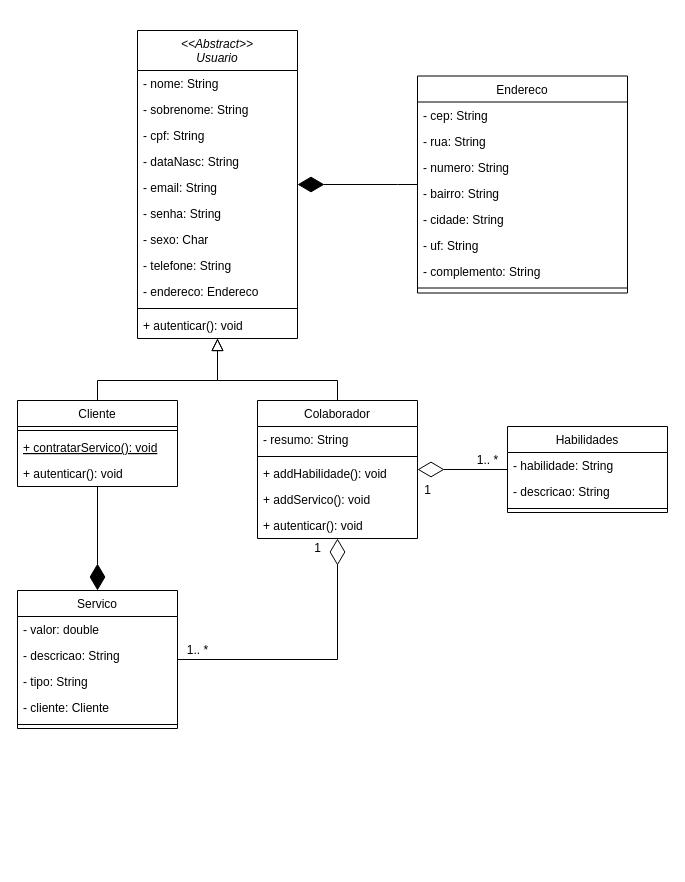
This is docs/class diagram iara.drawio from j9remy/Iara-grupo-5, a draw.io file, before an edit. Source tidied: cells renumbered, new cells numbered last; positions are measured from the earlier drawing's top-left corner, leaving out a move shared by most shapes. Both pictures are drawn from the tidied source at 100%, with x=0, y=0 at pixel (17, 30).
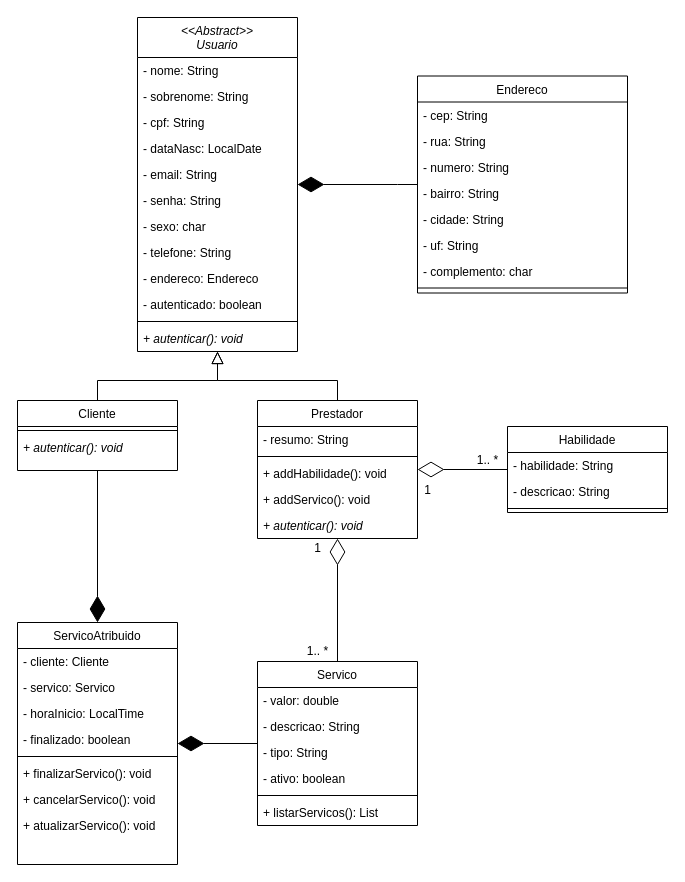
The same diagram, later.

Commit message:
atualização diagrama de classes

The change refers to these unchanged cells:
```xml
<mxCell id="26" value="Endereco" style="swimlane;fontStyle=0;align=center;verticalAlign=top;horizontal=1;startSize=26;rounded=0;shadow=0;strokeWidth=1;" parent="1" vertex="1">
  <mxGeometry x="400" y="45.5" width="210" height="217" as="geometry" />
</mxCell>
```

Diff of the diagram source:
```diff
@@
     <mxCell id="2" value="&lt;&lt;Abstract&gt;&gt;&#10;Usuario" style="swimlane;fontStyle=2;align=center;verticalAlign=top;horizontal=1;startSize=40;rounded=0;shadow=0;strokeWidth=1;" parent="1" vertex="1">
-      <mxGeometry x="120" width="160" height="308" as="geometry" />
+      <mxGeometry x="120" y="-13" width="160" height="334" as="geometry" />
     </mxCell>
@@
-    <mxCell id="6" value="- dataNasc: String" style="text;align=left;verticalAlign=top;spacingLeft=4;spacingRight=4;overflow=hidden;rounded=0;shadow=0;html=0;" parent="2" vertex="1">
+    <mxCell id="6" value="- dataNasc: LocalDate" style="text;align=left;verticalAlign=top;spacingLeft=4;spacingRight=4;overflow=hidden;rounded=0;shadow=0;html=0;" parent="2" vertex="1">
       <mxGeometry y="118" width="160" height="26" as="geometry" />
     </mxCell>
@@
-    <mxCell id="9" value="- sexo: Char" style="text;align=left;verticalAlign=top;spacingLeft=4;spacingRight=4;overflow=hidden;rounded=0;shadow=0;html=0;" parent="2" vertex="1">
+    <mxCell id="9" value="- sexo: char" style="text;align=left;verticalAlign=top;spacingLeft=4;spacingRight=4;overflow=hidden;rounded=0;shadow=0;html=0;" parent="2" vertex="1">
       <mxGeometry y="196" width="160" height="26" as="geometry" />
     </mxCell>
@@
+    <mxCell id="53" value="- autenticado: boolean" style="text;align=left;verticalAlign=top;spacingLeft=4;spacingRight=4;overflow=hidden;rounded=0;shadow=0;html=0;" parent="2" vertex="1">
+      <mxGeometry y="274" width="160" height="26" as="geometry" />
+    </mxCell>
     <mxCell id="12" style="line;html=1;strokeWidth=1;align=left;verticalAlign=middle;spacingTop=-1;spacingLeft=3;spacingRight=3;labelPosition=right;" parent="2" vertex="1">
-      <mxGeometry y="274" width="160" height="8" as="geometry" />
+      <mxGeometry y="300" width="160" height="8" as="geometry" />
     </mxCell>
-    <mxCell id="13" value="+ autenticar(): void" style="text;align=left;verticalAlign=top;spacingLeft=4;spacingRight=4;overflow=hidden;rounded=0;shadow=0;html=0;" parent="2" vertex="1">
-      <mxGeometry y="282" width="160" height="26" as="geometry" />
+    <mxCell id="13" value="+ autenticar(): void" style="text;align=left;verticalAlign=top;spacingLeft=4;spacingRight=4;overflow=hidden;rounded=0;shadow=0;html=0;fontStyle=2;" parent="2" vertex="1">
+      <mxGeometry y="308" width="160" height="26" as="geometry" />
     </mxCell>
     <mxCell id="14" value="Cliente" style="swimlane;fontStyle=0;align=center;verticalAlign=top;horizontal=1;startSize=26;rounded=0;shadow=0;strokeWidth=1;" parent="1" vertex="1">
-      <mxGeometry y="370" width="160" height="86" as="geometry" />
+      <mxGeometry y="370" width="160" height="70" as="geometry" />
     </mxCell>
@@
-    <mxCell id="16" value="+ contratarServico(): void" style="text;align=left;verticalAlign=top;spacingLeft=4;spacingRight=4;overflow=hidden;fontStyle=4;" parent="14" vertex="1">
-      <mxGeometry y="34" width="160" height="26" as="geometry" />
-    </mxCell>
-    <mxCell id="17" value="+ autenticar(): void" style="text;align=left;verticalAlign=top;spacingLeft=4;spacingRight=4;overflow=hidden;rounded=0;shadow=0;html=0;" parent="14" vertex="1">
-      <mxGeometry y="60" width="160" height="26" as="geometry" />
+    <mxCell id="17" value="+ autenticar(): void" style="text;align=left;verticalAlign=top;spacingLeft=4;spacingRight=4;overflow=hidden;rounded=0;shadow=0;html=0;fontStyle=2;" parent="14" vertex="1">
+      <mxGeometry y="34" width="160" height="26" as="geometry" />
     </mxCell>
@@
-    <mxCell id="19" value="Colaborador" style="swimlane;fontStyle=0;align=center;verticalAlign=top;horizontal=1;startSize=26;rounded=0;shadow=0;strokeWidth=1;" parent="1" vertex="1">
+    <mxCell id="19" value="Prestador" style="swimlane;fontStyle=0;align=center;verticalAlign=top;horizontal=1;startSize=26;rounded=0;shadow=0;strokeWidth=1;" parent="1" vertex="1">
       <mxGeometry x="240" y="370" width="160" height="138" as="geometry" />
     </mxCell>
@@
-    <mxCell id="24" value="+ autenticar(): void" style="text;align=left;verticalAlign=top;spacingLeft=4;spacingRight=4;overflow=hidden;rounded=0;shadow=0;html=0;" parent="19" vertex="1">
+    <mxCell id="24" value="+ autenticar(): void" style="text;align=left;verticalAlign=top;spacingLeft=4;spacingRight=4;overflow=hidden;rounded=0;shadow=0;html=0;fontStyle=2;" parent="19" vertex="1">
       <mxGeometry y="112" width="160" height="26" as="geometry" />
     </mxCell>
@@
-    <mxCell id="33" value="- complemento: String" style="text;align=left;verticalAlign=top;spacingLeft=4;spacingRight=4;overflow=hidden;rounded=0;shadow=0;html=0;" parent="26" vertex="1">
+    <mxCell id="33" value="- complemento: char" style="text;align=left;verticalAlign=top;spacingLeft=4;spacingRight=4;overflow=hidden;rounded=0;shadow=0;html=0;" parent="26" vertex="1">
       <mxGeometry y="182" width="210" height="26" as="geometry" />
     </mxCell>
@@
-    <mxCell id="35" value="Habilidades" style="swimlane;fontStyle=0;align=center;verticalAlign=top;horizontal=1;startSize=26;rounded=0;shadow=0;strokeWidth=1;" parent="1" vertex="1">
+    <mxCell id="35" value="Habilidade&#10;" style="swimlane;fontStyle=0;align=center;verticalAlign=top;horizontal=1;startSize=26;rounded=0;shadow=0;strokeWidth=1;" parent="1" vertex="1">
       <mxGeometry x="490" y="396" width="160" height="86" as="geometry" />
     </mxCell>
@@
     <mxCell id="41" value="Servico" style="swimlane;fontStyle=0;align=center;verticalAlign=top;horizontal=1;startSize=26;rounded=0;shadow=0;strokeWidth=1;" parent="1" vertex="1">
-      <mxGeometry y="560" width="160" height="138" as="geometry" />
+      <mxGeometry x="240" y="631" width="160" height="164" as="geometry" />
     </mxCell>
@@
-    <mxCell id="45" value="- cliente: Cliente" style="text;align=left;verticalAlign=top;spacingLeft=4;spacingRight=4;overflow=hidden;" parent="41" vertex="1">
-      <mxGeometry y="104" width="160" height="26" as="geometry" />
-    </mxCell>
+    <mxCell id="54" value="- ativo: boolean" style="text;align=left;verticalAlign=top;spacingLeft=4;spacingRight=4;overflow=hidden;" parent="41" vertex="1">
+      <mxGeometry y="104" width="160" height="26" as="geometry" />
+    </mxCell>
@@
+    <mxCell id="16" value="+ listarServicos(): List" style="text;align=left;verticalAlign=top;spacingLeft=4;spacingRight=4;overflow=hidden;fontStyle=0;" parent="41" vertex="1">
+      <mxGeometry y="138" width="160" height="26" as="geometry" />
+    </mxCell>
     <mxCell id="47" style="endArrow=diamondThin;endFill=0;endSize=24;html=1;rounded=0;" parent="1" edge="1" source="41" target="19">
-      <mxGeometry relative="1" as="geometry">
-        <Array as="points">
-          <mxPoint x="320" y="629" />
-        </Array>
-      </mxGeometry>
+      <mxGeometry relative="1" as="geometry" />
     </mxCell>
-    <mxCell id="48" style="endArrow=diamondThin;endFill=1;endSize=24;html=1;rounded=0;" parent="1" edge="1" source="14" target="41">
+    <mxCell id="48" style="endArrow=diamondThin;endFill=1;endSize=24;html=1;rounded=0;" parent="1" edge="1" source="14" target="55">
       <mxGeometry relative="1" as="geometry" />
     </mxCell>
     <mxCell id="49" value="1.. *" style="text;html=1;align=center;verticalAlign=middle;strokeColor=none;fillColor=none;" parent="1" vertex="1">
-      <mxGeometry x="160" y="610" width="40" height="20" as="geometry" />
+      <mxGeometry x="280" y="611" width="40" height="20" as="geometry" />
     </mxCell>
@@
+    <mxCell id="55" value="ServicoAtribuido" style="swimlane;fontStyle=0;align=center;verticalAlign=top;horizontal=1;startSize=26;rounded=0;shadow=0;strokeWidth=1;" parent="1" vertex="1">
+      <mxGeometry y="592" width="160" height="242" as="geometry" />
+    </mxCell>
+    <mxCell id="45" value="- cliente: Cliente" style="text;align=left;verticalAlign=top;spacingLeft=4;spacingRight=4;overflow=hidden;" parent="55" vertex="1">
+      <mxGeometry y="26" width="160" height="26" as="geometry" />
+    </mxCell>
+    <mxCell id="56" value="- servico: Servico" style="text;align=left;verticalAlign=top;spacingLeft=4;spacingRight=4;overflow=hidden;" parent="55" vertex="1">
+      <mxGeometry y="52" width="160" height="26" as="geometry" />
+    </mxCell>
+    <mxCell id="57" value="- horaInicio: LocalTime" style="text;align=left;verticalAlign=top;spacingLeft=4;spacingRight=4;overflow=hidden;" parent="55" vertex="1">
+      <mxGeometry y="78" width="160" height="26" as="geometry" />
+    </mxCell>
+    <mxCell id="58" value="- finalizado: boolean" style="text;align=left;verticalAlign=top;spacingLeft=4;spacingRight=4;overflow=hidden;" parent="55" vertex="1">
+      <mxGeometry y="104" width="160" height="26" as="geometry" />
+    </mxCell>
+    <mxCell id="59" style="line;html=1;strokeWidth=1;align=left;verticalAlign=middle;spacingTop=-1;spacingLeft=3;spacingRight=3;labelPosition=right;" parent="55" vertex="1">
+      <mxGeometry y="130" width="160" height="8" as="geometry" />
+    </mxCell>
+    <mxCell id="60" value="+ finalizarServico(): void" style="text;align=left;verticalAlign=top;spacingLeft=4;spacingRight=4;overflow=hidden;fontStyle=0;" parent="55" vertex="1">
+      <mxGeometry y="138" width="160" height="26" as="geometry" />
+    </mxCell>
+    <mxCell id="61" value="+ cancelarServico(): void" style="text;align=left;verticalAlign=top;spacingLeft=4;spacingRight=4;overflow=hidden;fontStyle=0;" parent="55" vertex="1">
+      <mxGeometry y="164" width="160" height="26" as="geometry" />
+    </mxCell>
+    <mxCell id="62" value="+ atualizarServico(): void" style="text;align=left;verticalAlign=top;spacingLeft=4;spacingRight=4;overflow=hidden;fontStyle=0;" parent="55" vertex="1">
+      <mxGeometry y="190" width="160" height="26" as="geometry" />
+    </mxCell>
+    <mxCell id="63" style="endArrow=diamondThin;endFill=1;endSize=24;html=1;rounded=0;" parent="1" edge="1" source="41" target="55">
+      <mxGeometry relative="1" as="geometry" />
+    </mxCell>
```
